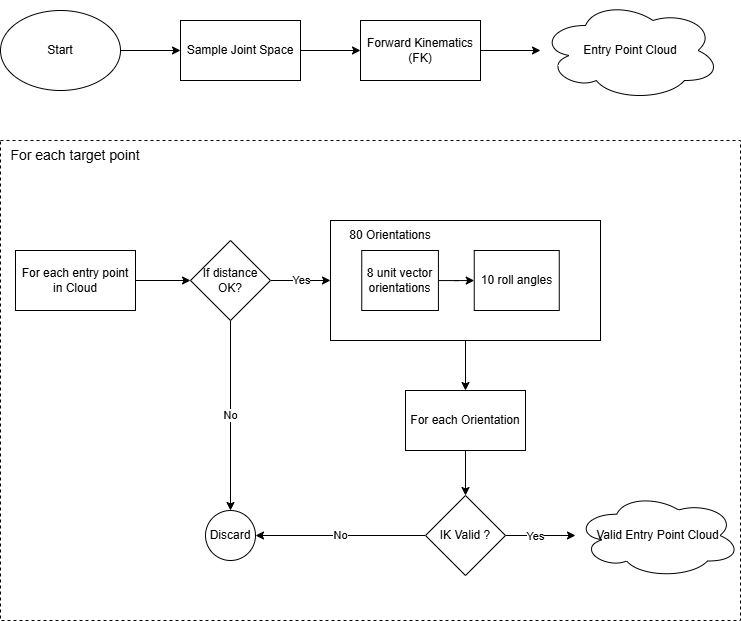
This is existing entry point planning.png from prabhunithingollapudi007/test-grafiti, a draw.io export, as it was before one commit. Source tidied: cells renumbered, new cells last; positions are measured from the earlier drawing's top-left corner, leaving out a move shared by most shapes.
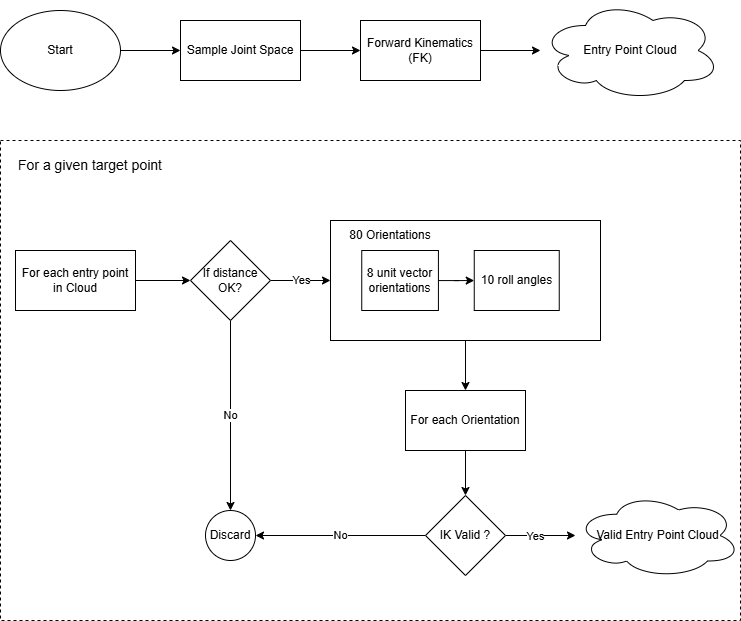
Later version of the same file.

The edit, as a diff of the source:
```diff
@@ -23,11 +23,11 @@
     <mxCell id="8" value="Entry Point Cloud" style="ellipse;shape=cloud;whiteSpace=wrap;html=1;" parent="1" vertex="1">
       <mxGeometry x="540" width="180" height="100" as="geometry" />
     </mxCell>
-    <mxCell id="9" style="rounded=0;whiteSpace=wrap;html=1;fillColor=none;dashed=1;" parent="1" vertex="1">
+    <mxCell id="9" style="rounded=0;whiteSpace=wrap;html=1;fillColor=default;dashed=1;" parent="1" vertex="1">
       <mxGeometry y="140" width="740" height="480" as="geometry" />
     </mxCell>
-    <mxCell id="10" value="&lt;font style=&quot;font-size: 14px;&quot;&gt;For each target point&lt;/font&gt;" style="text;html=1;whiteSpace=wrap;strokeColor=none;fillColor=none;align=center;verticalAlign=middle;rounded=0;" parent="1" vertex="1">
-      <mxGeometry y="140" width="150" height="30" as="geometry" />
+    <mxCell id="10" value="&lt;font style=&quot;font-size: 14px;&quot;&gt;For a given target point&lt;/font&gt;" style="text;html=1;whiteSpace=wrap;strokeColor=none;fillColor=none;align=center;verticalAlign=middle;rounded=0;" parent="1" vertex="1">
+      <mxGeometry x="15" y="150" width="150" height="30" as="geometry" />
     </mxCell>
     <mxCell id="11" style="edgeStyle=orthogonalEdgeStyle;rounded=0;jettySize=auto;html=1;" parent="1" edge="1" source="12" target="15">
       <mxGeometry relative="1" as="geometry" />
```
